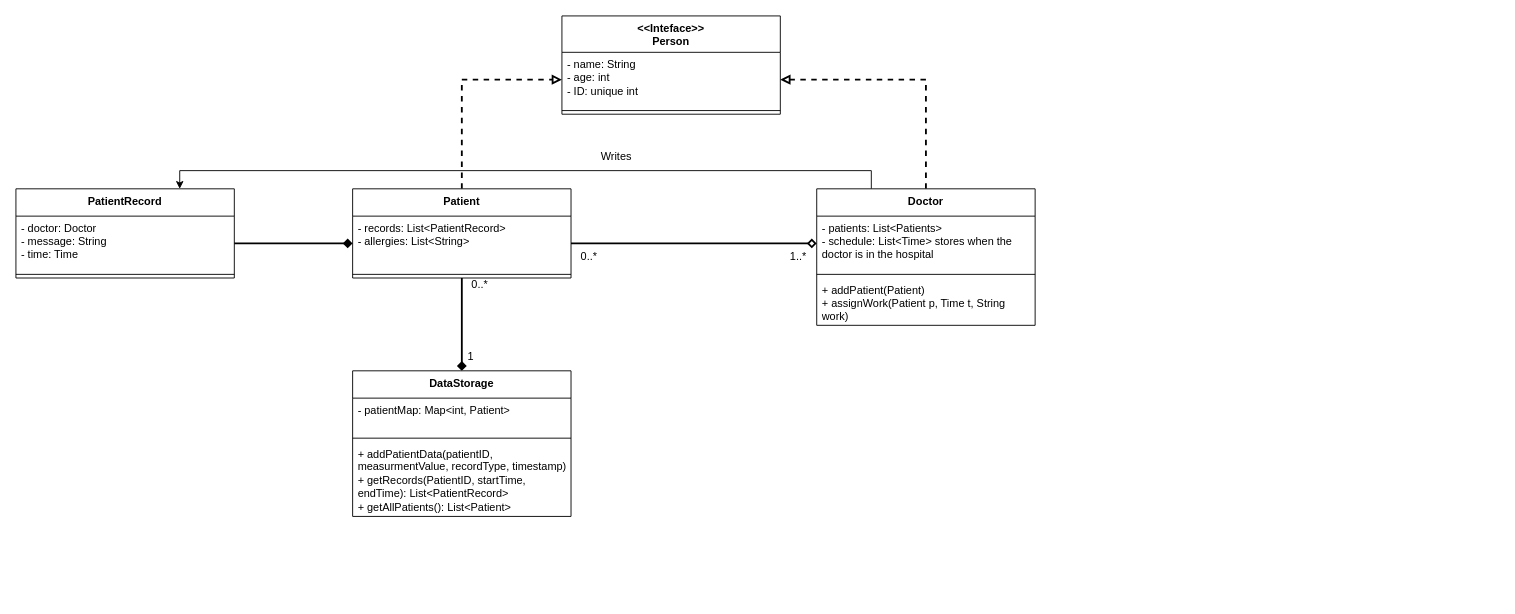
almadav0010/SoftverEngi_G79 keeps this draw.io diagram as UML_Chart.drawio. Above is the earlier version. Source tidied: cells renumbered, new cells numbered last; positions are measured from the earlier drawing's top-left corner, leaving out a move shared by most shapes. Both pictures are drawn from the tidied source at 91%, with x=0, y=0 at pixel (15, 15).
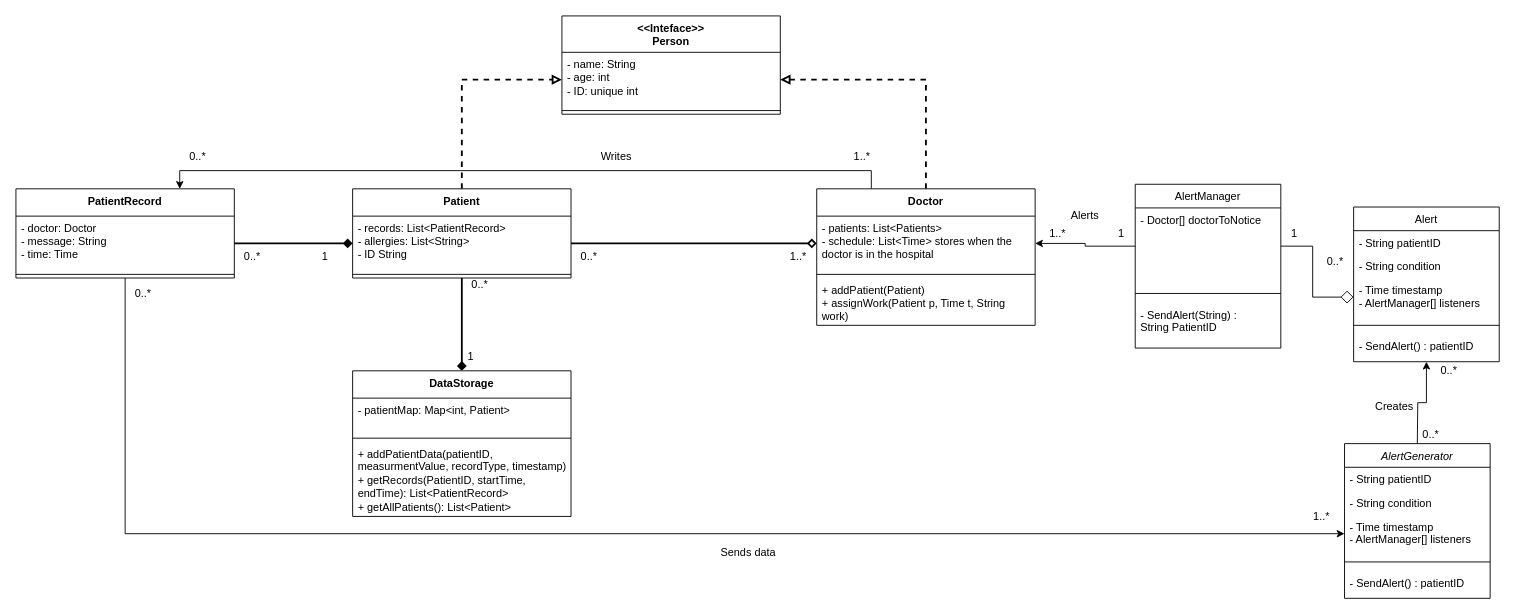
After the change.

The change refers to these unchanged cells:
```xml
<mxCell id="8" value="&lt;div&gt;&lt;span style=&quot;background-color: transparent; color: light-dark(rgb(0, 0, 0), rgb(255, 255, 255));&quot;&gt;Patient&lt;/span&gt;&lt;/div&gt;" style="swimlane;fontStyle=1;align=center;verticalAlign=top;horizontal=1;startSize=30;whiteSpace=wrap;html=1;" parent="1" vertex="1">
  <mxGeometry x="370" y="190" width="240" height="98" as="geometry" />
</mxCell>
<mxCell id="19" value="&lt;div&gt;- patients: List&amp;lt;Patients&amp;gt;&lt;/div&gt;&lt;div&gt;&lt;span style=&quot;background-color: transparent; color: light-dark(rgb(0, 0, 0), rgb(255, 255, 255));&quot;&gt;- schedule: List&amp;lt;Time&amp;gt; stores when the doctor is in the hospital&amp;nbsp;&lt;/span&gt;&lt;/div&gt;" style="text;strokeColor=none;fillColor=none;align=left;verticalAlign=top;spacingLeft=4;spacingRight=4;overflow=hidden;points=[[0,0.5],[1,0.5]];portConstraint=eastwest;whiteSpace=wrap;html=1;" parent="18" vertex="1">
  <mxGeometry y="30" width="240" height="60" as="geometry" />
</mxCell>
<mxCell id="25" value="&lt;div&gt;&lt;span style=&quot;background-color: transparent; color: light-dark(rgb(0, 0, 0), rgb(255, 255, 255));&quot;&gt;PatientRecord&lt;/span&gt;&lt;/div&gt;" style="swimlane;fontStyle=1;align=center;verticalAlign=top;horizontal=1;startSize=30;whiteSpace=wrap;html=1;" parent="1" vertex="1">
  <mxGeometry y="190" width="240" height="98" as="geometry" />
</mxCell>
```

The edit, as a diff of the source:
```diff
@@
-    <mxCell id="9" value="&lt;div&gt;- records: List&amp;lt;PatientRecord&amp;gt;&lt;/div&gt;&lt;div&gt;- allergies: List&amp;lt;String&amp;gt;&amp;nbsp;&lt;/div&gt;" style="text;strokeColor=none;fillColor=none;align=left;verticalAlign=top;spacingLeft=4;spacingRight=4;overflow=hidden;points=[[0,0.5],[1,0.5]];portConstraint=eastwest;whiteSpace=wrap;html=1;" parent="8" vertex="1">
+    <mxCell id="9" value="&lt;div&gt;- records: List&amp;lt;PatientRecord&amp;gt;&lt;/div&gt;&lt;div&gt;- allergies: List&amp;lt;String&amp;gt;&amp;nbsp;&lt;/div&gt;&lt;div&gt;- ID String&lt;/div&gt;" style="text;strokeColor=none;fillColor=none;align=left;verticalAlign=top;spacingLeft=4;spacingRight=4;overflow=hidden;points=[[0,0.5],[1,0.5]];portConstraint=eastwest;whiteSpace=wrap;html=1;" parent="8" vertex="1">
       <mxGeometry y="30" width="240" height="60" as="geometry" />
     </mxCell>
@@
+    <mxCell id="30" style="edgeStyle=orthogonalEdgeStyle;rounded=0;jettySize=auto;html=1;exitX=0.5;exitY=1;exitDx=0;exitDy=0;entryX=0;entryY=0.5;entryDx=0;entryDy=0;" parent="1" edge="1" source="25" target="55">
+      <mxGeometry relative="1" as="geometry" />
+    </mxCell>
@@
+    <mxCell id="31" value="0..*" style="text;html=1;whiteSpace=wrap;strokeColor=none;fillColor=none;align=center;verticalAlign=middle;rounded=0;" parent="1" vertex="1">
+      <mxGeometry x="240" y="260" width="40" height="10" as="geometry" />
+    </mxCell>
+    <mxCell id="32" value="1" style="text;html=1;whiteSpace=wrap;strokeColor=none;fillColor=none;align=center;verticalAlign=middle;rounded=0;" parent="1" vertex="1">
+      <mxGeometry x="320" y="260" width="40" height="10" as="geometry" />
+    </mxCell>
+    <mxCell id="33" value="0..*" style="text;html=1;whiteSpace=wrap;strokeColor=none;fillColor=none;align=center;verticalAlign=middle;rounded=0;" parent="1" vertex="1">
+      <mxGeometry x="180" y="150" width="40" height="10" as="geometry" />
+    </mxCell>
+    <mxCell id="34" value="1..*" style="text;html=1;whiteSpace=wrap;strokeColor=none;fillColor=none;align=center;verticalAlign=middle;rounded=0;" parent="1" vertex="1">
+      <mxGeometry x="910" y="150" width="40" height="10" as="geometry" />
+    </mxCell>
+    <mxCell id="35" value="Alert" style="swimlane;fontStyle=0;align=center;verticalAlign=top;horizontal=1;startSize=26;rounded=0;shadow=0;strokeWidth=1;" parent="1" vertex="1">
+      <mxGeometry x="1470" y="210" width="160" height="170" as="geometry" />
+    </mxCell>
+    <mxCell id="36" value="- String patientID" style="text;align=left;verticalAlign=top;spacingLeft=4;spacingRight=4;overflow=hidden;" parent="35" vertex="1">
+      <mxGeometry y="26" width="160" height="26" as="geometry" />
+    </mxCell>
+    <mxCell id="37" value="- String condition" style="text;align=left;verticalAlign=top;spacingLeft=4;spacingRight=4;overflow=hidden;rounded=0;shadow=0;html=0;" parent="35" vertex="1">
+      <mxGeometry y="52" width="160" height="26" as="geometry" />
+    </mxCell>
+    <mxCell id="38" value="- Time timestamp&#10;- AlertManager[] listeners" style="text;align=left;verticalAlign=top;spacingLeft=4;spacingRight=4;overflow=hidden;points=[[0,0.5],[1,0.5]];portConstraint=eastwest;rounded=0;shadow=0;html=0;" parent="35" vertex="1">
+      <mxGeometry y="78" width="160" height="42" as="geometry" />
+    </mxCell>
+    <mxCell id="39" style="line;html=1;strokeWidth=1;align=left;verticalAlign=middle;spacingTop=-1;spacingLeft=3;spacingRight=3;labelPosition=right;" parent="35" vertex="1">
+      <mxGeometry y="120" width="160" height="20" as="geometry" />
+    </mxCell>
+    <mxCell id="40" value="- SendAlert() : patientID" style="text;align=left;verticalAlign=top;spacingLeft=4;spacingRight=4;overflow=hidden;rounded=0;shadow=0;html=0;" parent="35" vertex="1">
+      <mxGeometry y="140" width="160" height="20" as="geometry" />
+    </mxCell>
+    <mxCell id="41" value="AlertManager" style="swimlane;fontStyle=0;align=center;verticalAlign=top;horizontal=1;startSize=26;rounded=0;shadow=0;strokeWidth=1;" parent="1" vertex="1">
+      <mxGeometry x="1230" y="185" width="160" height="180" as="geometry" />
+    </mxCell>
+    <mxCell id="42" value="- Doctor[] doctorToNotice" style="text;align=left;verticalAlign=top;spacingLeft=4;spacingRight=4;overflow=hidden;points=[[0,0.5],[1,0.5]];portConstraint=eastwest;" parent="41" vertex="1">
+      <mxGeometry y="26" width="160" height="84" as="geometry" />
+    </mxCell>
+    <mxCell id="43" style="line;html=1;strokeWidth=1;align=left;verticalAlign=middle;spacingTop=-1;spacingLeft=3;spacingRight=3;labelPosition=right;" parent="41" vertex="1">
+      <mxGeometry y="110" width="160" height="20" as="geometry" />
+    </mxCell>
+    <mxCell id="44" value="- SendAlert(String) : &#10;String PatientID" style="text;align=left;verticalAlign=top;spacingLeft=4;spacingRight=4;overflow=hidden;" parent="41" vertex="1">
+      <mxGeometry y="130" width="160" height="40" as="geometry" />
+    </mxCell>
+    <mxCell id="45" style="edgeStyle=orthogonalEdgeStyle;rounded=0;jettySize=auto;html=1;exitX=1;exitY=0.5;exitDx=0;exitDy=0;endArrow=diamond;endFill=0;startSize=17;endSize=12;entryX=0;entryY=0.5;entryDx=0;entryDy=0;" parent="1" edge="1" source="42" target="38">
+      <mxGeometry relative="1" as="geometry" />
+    </mxCell>
+    <mxCell id="46" value="0..*" style="text;html=1;whiteSpace=wrap;strokeColor=none;fillColor=none;align=center;verticalAlign=middle;rounded=0;" parent="1" vertex="1">
+      <mxGeometry x="1420" y="255" width="60" height="30" as="geometry" />
+    </mxCell>
+    <mxCell id="47" value="1" style="text;html=1;whiteSpace=wrap;strokeColor=none;fillColor=none;align=center;verticalAlign=middle;rounded=0;" parent="1" vertex="1">
+      <mxGeometry x="1390" y="229" width="30" height="20" as="geometry" />
+    </mxCell>
+    <mxCell id="48" style="edgeStyle=orthogonalEdgeStyle;rounded=0;jettySize=auto;html=1;" parent="1" edge="1" source="42" target="19">
+      <mxGeometry relative="1" as="geometry" />
+    </mxCell>
+    <mxCell id="49" value="1" style="text;html=1;whiteSpace=wrap;strokeColor=none;fillColor=none;align=center;verticalAlign=middle;rounded=0;" parent="1" vertex="1">
+      <mxGeometry x="1200" y="229" width="30" height="20" as="geometry" />
+    </mxCell>
+    <mxCell id="50" value="1..*" style="text;html=1;whiteSpace=wrap;strokeColor=none;fillColor=none;align=center;verticalAlign=middle;rounded=0;" parent="1" vertex="1">
+      <mxGeometry x="1130" y="229" width="30" height="20" as="geometry" />
+    </mxCell>
+    <mxCell id="51" style="edgeStyle=orthogonalEdgeStyle;rounded=0;jettySize=auto;html=1;exitX=0.5;exitY=0;exitDx=0;exitDy=0;entryX=0.5;entryY=1;entryDx=0;entryDy=0;" parent="1" edge="1" target="35">
+      <mxGeometry relative="1" as="geometry">
+        <mxPoint x="1540" y="470" as="sourcePoint" />
+      </mxGeometry>
+    </mxCell>
+    <mxCell id="52" value="AlertGenerator" style="swimlane;fontStyle=2;align=center;verticalAlign=top;horizontal=1;startSize=26;rounded=0;shadow=0;strokeWidth=1;" parent="1" vertex="1">
+      <mxGeometry x="1460" y="470" width="160" height="170" as="geometry" />
+    </mxCell>
+    <mxCell id="53" value="- String patientID" style="text;align=left;verticalAlign=top;spacingLeft=4;spacingRight=4;overflow=hidden;" parent="52" vertex="1">
+      <mxGeometry y="26" width="160" height="26" as="geometry" />
+    </mxCell>
+    <mxCell id="54" value="- String condition" style="text;align=left;verticalAlign=top;spacingLeft=4;spacingRight=4;overflow=hidden;rounded=0;shadow=0;html=0;" parent="52" vertex="1">
+      <mxGeometry y="52" width="160" height="26" as="geometry" />
+    </mxCell>
+    <mxCell id="55" value="- Time timestamp&#10;- AlertManager[] listeners" style="text;align=left;verticalAlign=top;spacingLeft=4;spacingRight=4;overflow=hidden;points=[[0,0.5],[1,0.5]];portConstraint=eastwest;rounded=0;shadow=0;html=0;" parent="52" vertex="1">
+      <mxGeometry y="78" width="160" height="42" as="geometry" />
+    </mxCell>
+    <mxCell id="56" style="line;html=1;strokeWidth=1;align=left;verticalAlign=middle;spacingTop=-1;spacingLeft=3;spacingRight=3;labelPosition=right;" parent="52" vertex="1">
+      <mxGeometry y="120" width="160" height="20" as="geometry" />
+    </mxCell>
+    <mxCell id="57" value="- SendAlert() : patientID" style="text;align=left;verticalAlign=top;spacingLeft=4;spacingRight=4;overflow=hidden;rounded=0;shadow=0;html=0;" parent="52" vertex="1">
+      <mxGeometry y="140" width="160" height="20" as="geometry" />
+    </mxCell>
+    <mxCell id="58" value="Alerts" style="text;html=1;whiteSpace=wrap;strokeColor=none;fillColor=none;align=center;verticalAlign=middle;rounded=0;" parent="1" vertex="1">
+      <mxGeometry x="1160" y="210" width="30" height="20" as="geometry" />
+    </mxCell>
+    <mxCell id="59" value="Creates" style="text;html=1;whiteSpace=wrap;strokeColor=none;fillColor=none;align=center;verticalAlign=middle;rounded=0;" parent="1" vertex="1">
+      <mxGeometry x="1500" y="420" width="30" height="20" as="geometry" />
+    </mxCell>
+    <mxCell id="60" value="0..*" style="text;html=1;whiteSpace=wrap;strokeColor=none;fillColor=none;align=center;verticalAlign=middle;rounded=0;" parent="1" vertex="1">
+      <mxGeometry x="1560" y="380" width="30" height="20" as="geometry" />
+    </mxCell>
+    <mxCell id="61" value="0..*" style="text;html=1;whiteSpace=wrap;strokeColor=none;fillColor=none;align=center;verticalAlign=middle;rounded=0;" parent="1" vertex="1">
+      <mxGeometry x="1540" y="450" width="30" height="20" as="geometry" />
+    </mxCell>
+    <mxCell id="62" value="Sends data" style="text;html=1;whiteSpace=wrap;strokeColor=none;fillColor=none;align=center;verticalAlign=middle;rounded=0;" parent="1" vertex="1">
+      <mxGeometry x="770" y="580" width="70" height="20" as="geometry" />
+    </mxCell>
+    <mxCell id="63" value="1..*" style="text;html=1;whiteSpace=wrap;strokeColor=none;fillColor=none;align=center;verticalAlign=middle;rounded=0;" parent="1" vertex="1">
+      <mxGeometry x="1420" y="540" width="30" height="20" as="geometry" />
+    </mxCell>
+    <mxCell id="64" value="0..*" style="text;html=1;whiteSpace=wrap;strokeColor=none;fillColor=none;align=center;verticalAlign=middle;rounded=0;" parent="1" vertex="1">
+      <mxGeometry x="120" y="300" width="40" height="10" as="geometry" />
+    </mxCell>
```
